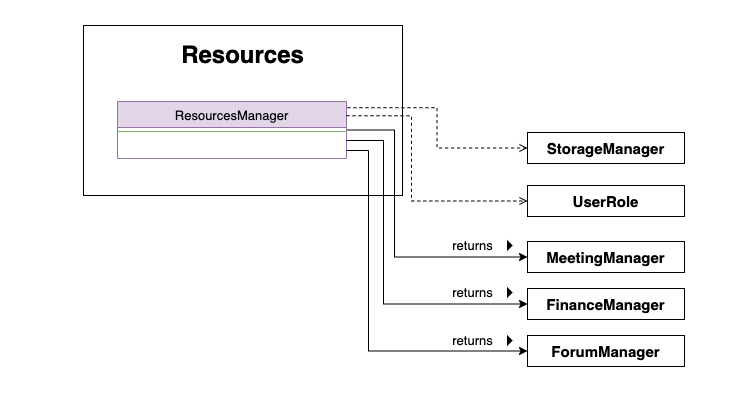
Earlier version of the draw.io export docs/developerGuideDiagrams/resourcesComponent.png (theeugenechong/tp). Source tidied: cells renumbered, new cells last; positions are measured from the earlier drawing's top-left corner, leaving out a move shared by most shapes.
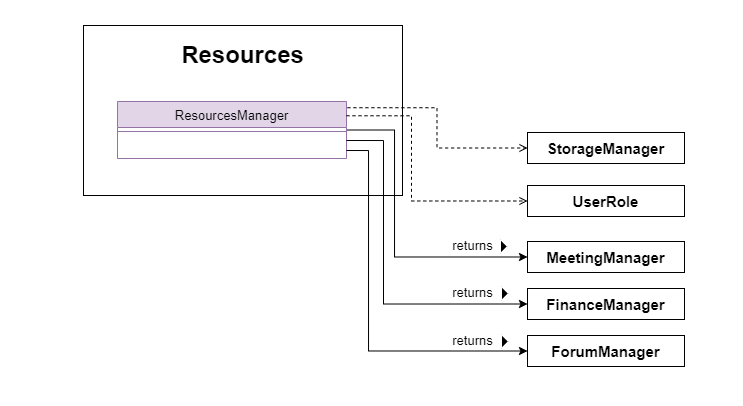
After the commit.

Commit message:
Fix minor "whitebox" issue for diagram Fixed the colour of some lines in the diagram

What changed in the source:
```diff
@@ -8,8 +8,10 @@
     <mxCell id="3" value="&lt;b&gt;&lt;span style=&quot;font-size: 24px&quot;&gt;Resources&lt;/span&gt;&lt;br&gt;&lt;br&gt;&lt;br&gt;&lt;br&gt;&lt;br&gt;&lt;br&gt;&lt;br&gt;&lt;br&gt;&lt;br&gt;&lt;/b&gt;" style="rounded=0;whiteSpace=wrap;html=1;" parent="1" vertex="1">
       <mxGeometry x="83" y="25" width="319" height="170" as="geometry" />
     </mxCell>
-    <mxCell id="4" style="edgeStyle=orthogonalEdgeStyle;rounded=0;jettySize=auto;html=1;entryX=0;entryY=0.5;entryDx=0;entryDy=0;exitX=1;exitY=0.5;exitDx=0;exitDy=0;" parent="1" edge="1" source="5" target="14">
+    <mxCell id="4" style="edgeStyle=orthogonalEdgeStyle;rounded=0;orthogonalLoop=1;jettySize=auto;html=1;entryX=0;entryY=0.5;entryDx=0;entryDy=0;exitX=1;exitY=0.5;exitDx=0;exitDy=0;" parent="1" edge="1">
       <mxGeometry relative="1" as="geometry">
+        <mxPoint x="346" y="129.5" as="sourcePoint" />
+        <mxPoint x="527" y="256.5" as="targetPoint" />
         <Array as="points">
           <mxPoint x="394" y="130" />
           <mxPoint x="394" y="257" />
@@ -19,7 +21,7 @@
     <mxCell id="5" value="ResourcesManager" style="swimlane;fontStyle=0;align=center;verticalAlign=top;horizontal=1;startSize=26;rounded=0;shadow=0;strokeWidth=1;fillColor=#e1d5e7;strokeColor=#9673a6;fontSize=13;" parent="1" vertex="1">
       <mxGeometry x="117" y="101" width="229" height="57" as="geometry" />
     </mxCell>
-    <mxCell id="6" style="line;html=1;strokeWidth=1;align=left;verticalAlign=middle;spacingTop=-1;spacingLeft=3;spacingRight=3;labelPosition=right;fillColor=#d5e8d4;strokeColor=#82b366;fontSize=13;" parent="5" vertex="1">
+    <mxCell id="6" style="line;html=1;strokeWidth=1;align=left;verticalAlign=middle;spacingTop=-1;spacingLeft=3;spacingRight=3;labelPosition=right;fillColor=#e1d5e7;strokeColor=#9673a6;fontSize=13;" parent="5" vertex="1">
       <mxGeometry y="26" width="229" height="8" as="geometry" />
     </mxCell>
     <mxCell id="7" value="&lt;font&gt;&lt;b&gt;&lt;font style=&quot;font-size: 15px&quot;&gt;StorageManager&lt;/font&gt;&lt;/b&gt;&lt;br&gt;&lt;/font&gt;" style="rounded=0;whiteSpace=wrap;html=1;" parent="1" vertex="1">
@@ -55,7 +57,7 @@
       <mxGeometry x="527" y="335" width="157" height="31" as="geometry" />
     </mxCell>
     <mxCell id="16" style="triangle;fillColor=#000000;fontSize=13;strokeColor=#FFFFFF;rotation=0;" parent="1" vertex="1">
-      <mxGeometry x="506" y="238" width="7" height="14" as="geometry" />
+      <mxGeometry x="500" y="239" width="7" height="14" as="geometry" />
     </mxCell>
     <mxCell id="17" value="returns" style="text;html=1;align=center;verticalAlign=middle;strokeColor=none;fillColor=none;fontSize=13;" parent="1" vertex="1">
       <mxGeometry x="447" y="235" width="50" height="20" as="geometry" />
@@ -80,13 +82,13 @@
       </mxGeometry>
     </mxCell>
     <mxCell id="20" style="triangle;fillColor=#000000;fontSize=13;strokeColor=#FFFFFF;rotation=0;" parent="1" vertex="1">
-      <mxGeometry x="506" y="285" width="7" height="14" as="geometry" />
+      <mxGeometry x="501" y="286" width="7" height="14" as="geometry" />
     </mxCell>
     <mxCell id="21" value="returns" style="text;html=1;align=center;verticalAlign=middle;strokeColor=none;fillColor=none;fontSize=13;" parent="1" vertex="1">
       <mxGeometry x="447" y="282" width="50" height="20" as="geometry" />
     </mxCell>
     <mxCell id="22" style="triangle;fillColor=#000000;fontSize=13;strokeColor=#FFFFFF;rotation=0;" parent="1" vertex="1">
-      <mxGeometry x="506" y="333" width="7" height="14" as="geometry" />
+      <mxGeometry x="501" y="334" width="7" height="14" as="geometry" />
     </mxCell>
     <mxCell id="23" value="returns" style="text;html=1;align=center;verticalAlign=middle;strokeColor=none;fillColor=none;fontSize=13;" parent="1" vertex="1">
       <mxGeometry x="447" y="330" width="50" height="20" as="geometry" />
```
